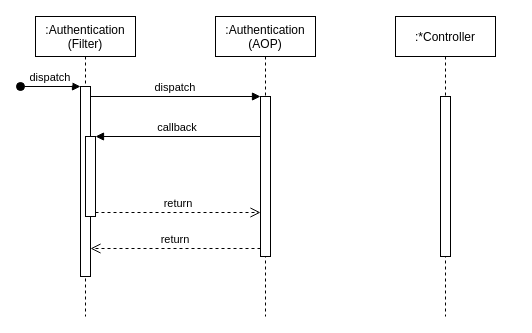
Above: Untitled Diagram.drawio in bickck/MyTodoListBack (draw.io), before the change. Source tidied: cells renumbered, new cells numbered last; positions are measured from the earlier drawing's top-left corner, leaving out a move shared by most shapes. Both pictures are drawn from the tidied source at 100%, with x=0, y=0 at pixel (20, 16).
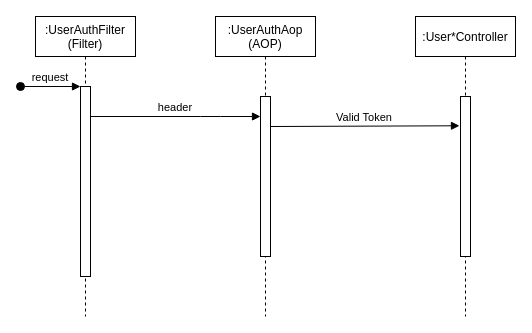
The same diagram, later.

The edit, as a diff of the source:
```diff
@@
 <mxGraphModel>
   <root>
     <mxCell id="0" />
     <mxCell id="1" parent="0" />
-    <mxCell id="2" value=":Authentication&#10;(Filter)" style="shape=umlLifeline;perimeter=lifelinePerimeter;rounded=0;shadow=0;strokeWidth=1;" parent="1" vertex="1">
+    <mxCell id="2" value=":UserAuthFilter&#10;(Filter)" style="shape=umlLifeline;perimeter=lifelinePerimeter;rounded=0;shadow=0;strokeWidth=1;" parent="1" vertex="1">
       <mxGeometry x="15" width="100" height="300" as="geometry" />
     </mxCell>
     <mxCell id="3" style="points=[];perimeter=orthogonalPerimeter;rounded=0;shadow=0;strokeWidth=1;" parent="2" vertex="1">
       <mxGeometry x="45" y="70" width="10" height="190" as="geometry" />
     </mxCell>
-    <mxCell id="4" value="dispatch" style="verticalAlign=bottom;startArrow=oval;endArrow=block;startSize=8;shadow=0;strokeWidth=1;" parent="2" edge="1" target="3">
+    <mxCell id="4" value="request" style="verticalAlign=bottom;startArrow=oval;endArrow=block;startSize=8;shadow=0;strokeWidth=1;" parent="2" edge="1" target="3">
       <mxGeometry relative="1" as="geometry">
         <mxPoint x="-15" y="70" as="sourcePoint" />
       </mxGeometry>
     </mxCell>
-    <mxCell id="5" style="points=[];perimeter=orthogonalPerimeter;rounded=0;shadow=0;strokeWidth=1;" parent="2" vertex="1">
-      <mxGeometry x="50" y="120" width="10" height="80" as="geometry" />
-    </mxCell>
-    <mxCell id="6" value=":Authentication&#10;(AOP)" style="shape=umlLifeline;perimeter=lifelinePerimeter;rounded=0;shadow=0;strokeWidth=1;" parent="1" vertex="1">
+    <mxCell id="6" value=":UserAuthAop&#10;(AOP)" style="shape=umlLifeline;perimeter=lifelinePerimeter;rounded=0;shadow=0;strokeWidth=1;" parent="1" vertex="1">
       <mxGeometry x="195" width="100" height="300" as="geometry" />
     </mxCell>
     <mxCell id="7" style="points=[];perimeter=orthogonalPerimeter;rounded=0;shadow=0;strokeWidth=1;" parent="6" vertex="1">
       <mxGeometry x="45" y="80" width="10" height="160" as="geometry" />
     </mxCell>
-    <mxCell id="8" value="return" style="verticalAlign=bottom;endArrow=open;dashed=1;endSize=8;exitX=0;exitY=0.95;shadow=0;strokeWidth=1;" parent="1" edge="1" source="7" target="3">
-      <mxGeometry relative="1" as="geometry" />
-    </mxCell>
-    <mxCell id="9" value="dispatch" style="verticalAlign=bottom;endArrow=block;entryX=0;entryY=0;shadow=0;strokeWidth=1;" parent="1" edge="1" source="3" target="7">
-      <mxGeometry relative="1" as="geometry" />
+    <mxCell id="9" value="header" style="verticalAlign=bottom;endArrow=block;shadow=0;strokeWidth=1;" parent="1" edge="1" source="3">
+      <mxGeometry relative="1" as="geometry">
+        <mxPoint x="240" y="100" as="targetPoint" />
+        <Array as="points">
+          <mxPoint x="190" y="100" />
+        </Array>
+      </mxGeometry>
     </mxCell>
-    <mxCell id="10" value="callback" style="verticalAlign=bottom;endArrow=block;entryX=1;entryY=0;shadow=0;strokeWidth=1;" parent="1" edge="1" source="7" target="5">
-      <mxGeometry relative="1" as="geometry" />
-    </mxCell>
-    <mxCell id="11" value="return" style="verticalAlign=bottom;endArrow=open;dashed=1;endSize=8;exitX=1;exitY=0.95;shadow=0;strokeWidth=1;" parent="1" edge="1" source="5" target="7">
-      <mxGeometry relative="1" as="geometry" />
-    </mxCell>
-    <mxCell id="12" value=":*Controller" style="shape=umlLifeline;perimeter=lifelinePerimeter;rounded=0;shadow=0;strokeWidth=1;" parent="1" vertex="1">
-      <mxGeometry x="375" width="100" height="300" as="geometry" />
+    <mxCell id="12" value=":User*Controller" style="shape=umlLifeline;perimeter=lifelinePerimeter;rounded=0;shadow=0;strokeWidth=1;" parent="1" vertex="1">
+      <mxGeometry x="395" width="100" height="300" as="geometry" />
     </mxCell>
     <mxCell id="13" style="points=[];perimeter=orthogonalPerimeter;rounded=0;shadow=0;strokeWidth=1;" parent="12" vertex="1">
       <mxGeometry x="45" y="80" width="10" height="160" as="geometry" />
     </mxCell>
+    <mxCell id="14" value="Valid Token" style="verticalAlign=bottom;endArrow=block;shadow=0;strokeWidth=1;entryX=-0.102;entryY=0.183;entryDx=0;entryDy=0;entryPerimeter=0;" parent="1" edge="1" target="13">
+      <mxGeometry relative="1" as="geometry">
+        <mxPoint x="250" y="110" as="sourcePoint" />
+      </mxGeometry>
+    </mxCell>
   </root>
 </mxGraphModel>
```
